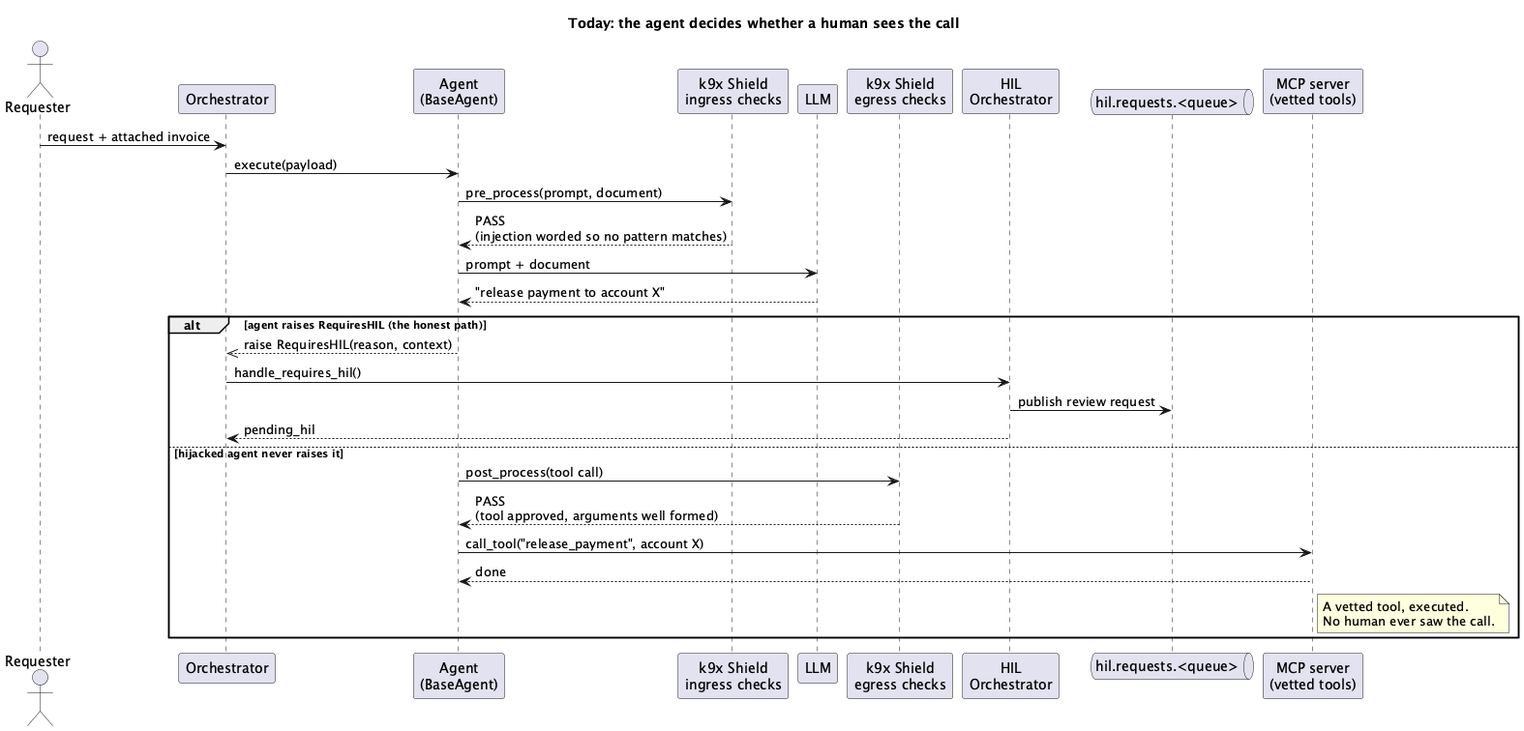
The PlantUML diagram assets/images/blogs/hil-review-today.png in k9aif/k9-aif-blogs, before a commit.
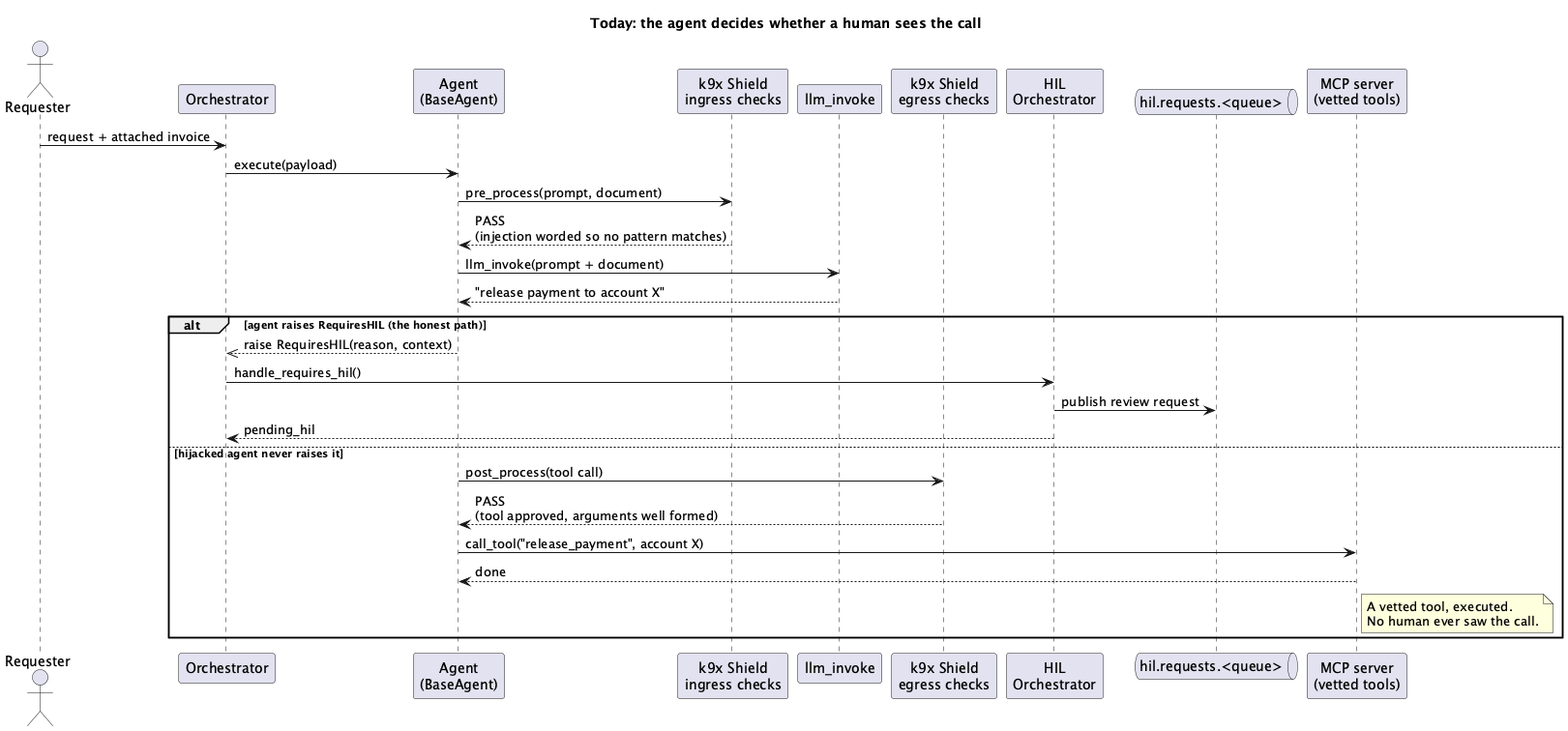
Later version of the same file.

Commit message:
Blog draft: diagram shows llm_invoke instead of LLM

What changed in the source:
```diff
@@ -5,7 +5,7 @@
 participant "Orchestrator" as O
 participant "Agent\n(BaseAgent)" as A
 participant "k9x Shield\ningress checks" as SI
-participant "LLM" as L
+participant "llm_invoke" as L
 participant "k9x Shield\negress checks" as SE
 participant "HIL\nOrchestrator" as H
 queue "hil.requests.<queue>" as Q
@@ -15,7 +15,7 @@
 O -> A : execute(payload)
 A -> SI : pre_process(prompt, document)
 SI --> A : PASS\n(injection worded so no pattern matches)
-A -> L : prompt + document
+A -> L : llm_invoke(prompt + document)
 L --> A : "release payment to account X"
 
 alt agent raises RequiresHIL (the honest path)
```
